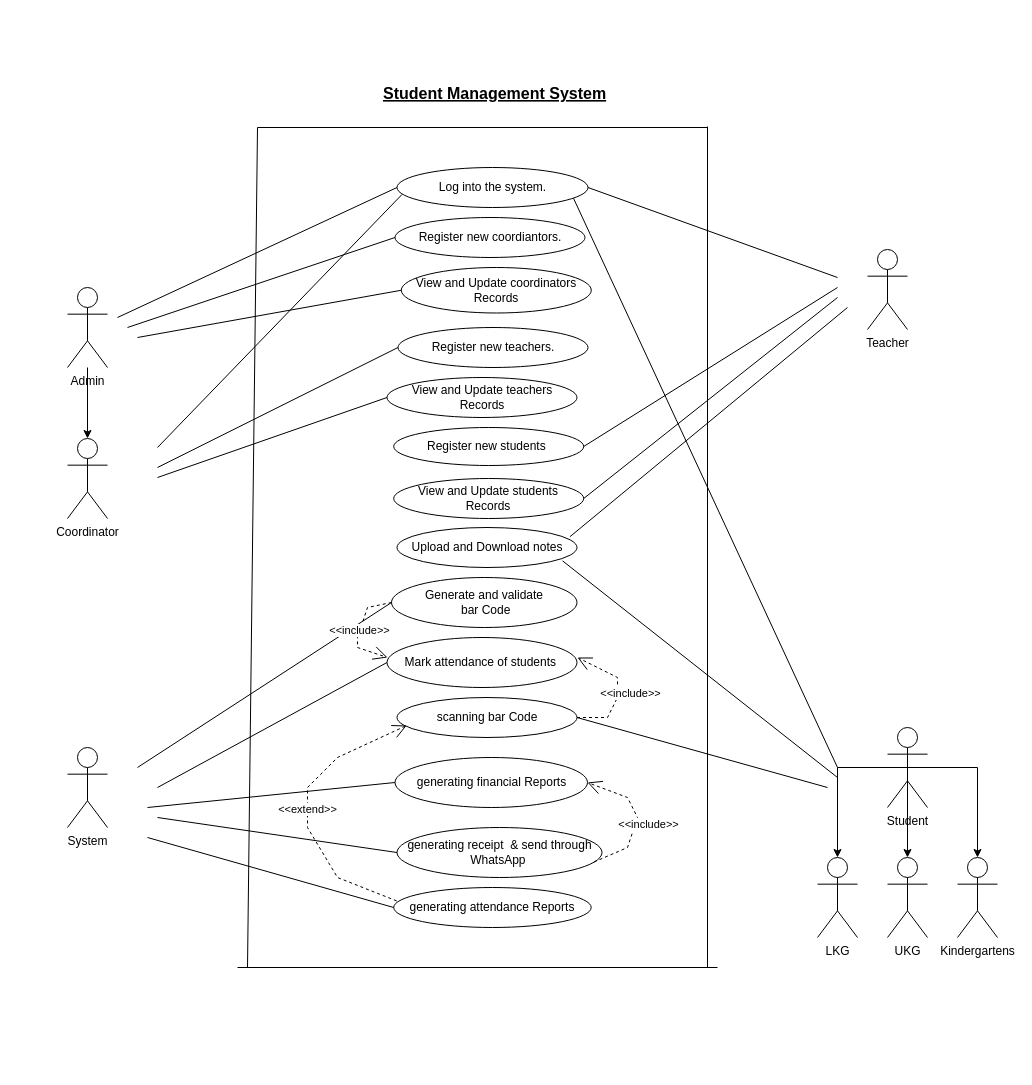
Before: UseCase.drawio in Dulara-Akalanka/Group-Software-Project, a draw.io diagram. Source tidied: cells renumbered, new cells numbered last; positions are measured from the earlier drawing's top-left corner, leaving out a move shared by most shapes. Both pictures are drawn from the tidied source at 100%, with x=0, y=0 at pixel (67, 77).
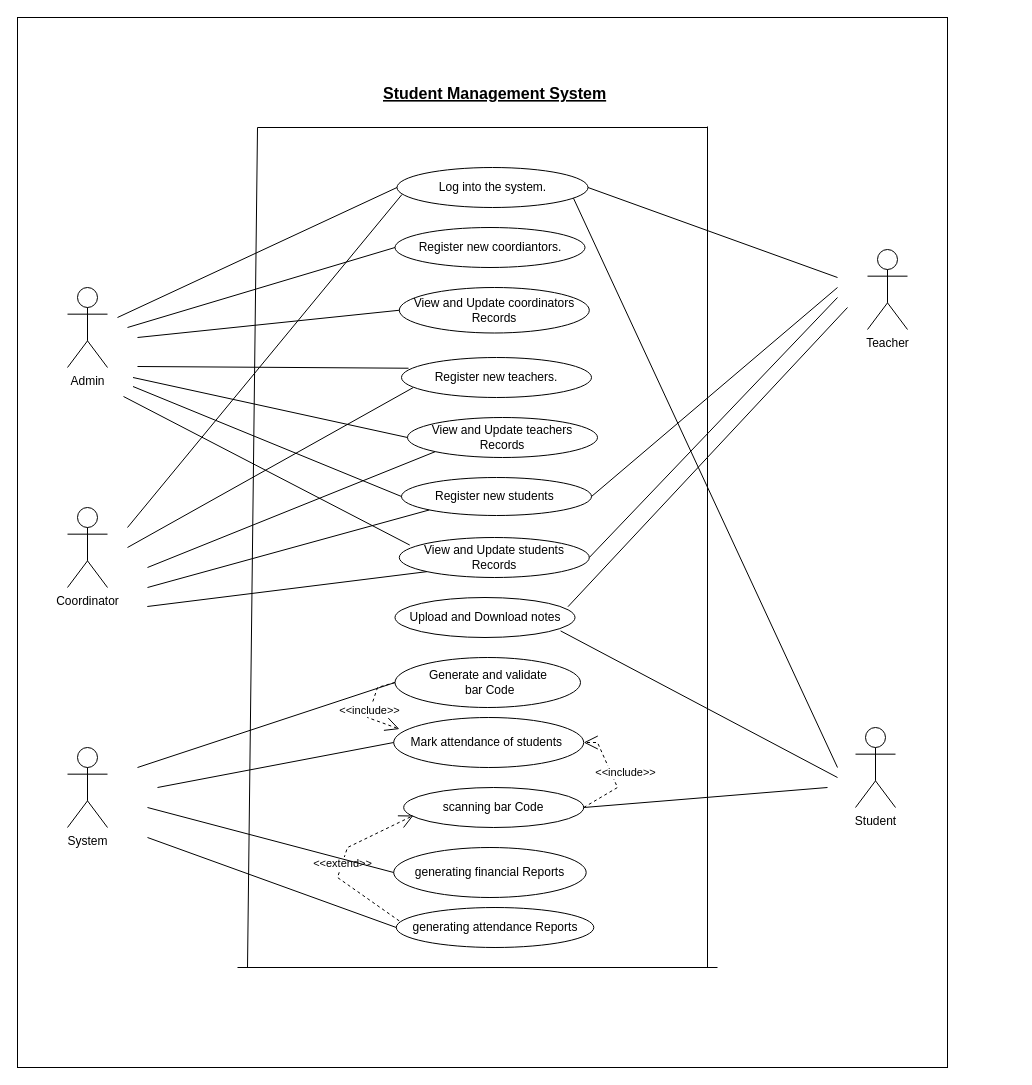
The same page after the edit.

Unchanged cells that the change refers to:
```xml
<mxCell id="14" value="Log into the system." style="ellipse;whiteSpace=wrap;html=1;" parent="1" vertex="1">
  <mxGeometry x="329.5" y="90" width="191" height="40" as="geometry" />
</mxCell>
<mxCell id="30" value="Admin" style="shape=umlActor;verticalLabelPosition=bottom;verticalAlign=top;html=1;" parent="1" vertex="1">
  <mxGeometry y="210" width="40" height="80" as="geometry" />
</mxCell>
```

What changed in the source:
```diff
@@
+    <mxCell id="55" style="rounded=0;whiteSpace=wrap;html=1;" parent="1" vertex="1">
+      <mxGeometry x="-50" y="-60" width="930" height="1050" as="geometry" />
+    </mxCell>
@@
     <mxCell id="3" value="scanning bar Code" style="ellipse;whiteSpace=wrap;html=1;" parent="1" vertex="1">
-      <mxGeometry x="329.5" y="620" width="180" height="40" as="geometry" />
+      <mxGeometry x="336.2" y="710" width="180" height="40" as="geometry" />
     </mxCell>
     <mxCell id="4" value="Generate and validate&lt;br&gt;&amp;nbsp;bar Code" style="ellipse;whiteSpace=wrap;html=1;" parent="1" vertex="1">
-      <mxGeometry x="324" y="500" width="185.5" height="50" as="geometry" />
+      <mxGeometry x="327.5" y="580" width="185.5" height="50" as="geometry" />
     </mxCell>
@@
-    <mxCell id="10" style="edgeStyle=orthogonalEdgeStyle;rounded=0;jettySize=auto;html=1;exitX=0.5;exitY=0.5;exitDx=0;exitDy=0;exitPerimeter=0;" parent="1" edge="1" source="13" target="50">
-      <mxGeometry relative="1" as="geometry">
-        <Array as="points">
-          <mxPoint x="910" y="690" />
-        </Array>
-      </mxGeometry>
-    </mxCell>
-    <mxCell id="11" style="edgeStyle=orthogonalEdgeStyle;rounded=0;jettySize=auto;html=1;exitX=0.5;exitY=0.5;exitDx=0;exitDy=0;exitPerimeter=0;" parent="1" edge="1" source="13" target="51">
-      <mxGeometry relative="1" as="geometry">
-        <Array as="points">
-          <mxPoint x="770" y="690" />
-        </Array>
-      </mxGeometry>
-    </mxCell>
-    <mxCell id="12" style="edgeStyle=orthogonalEdgeStyle;rounded=0;jettySize=auto;html=1;exitX=0.5;exitY=0.5;exitDx=0;exitDy=0;exitPerimeter=0;" parent="1" edge="1" source="13" target="52">
-      <mxGeometry relative="1" as="geometry" />
-    </mxCell>
     <mxCell id="13" value="Student" style="shape=umlActor;verticalLabelPosition=bottom;verticalAlign=top;html=1;" parent="1" vertex="1">
-      <mxGeometry x="820" y="650" width="40" height="80" as="geometry" />
+      <mxGeometry x="788" y="650" width="40" height="80" as="geometry" />
     </mxCell>
@@
     <mxCell id="15" value="Register new teachers." style="ellipse;whiteSpace=wrap;html=1;" parent="1" vertex="1">
-      <mxGeometry x="330.5" y="250" width="190" height="40" as="geometry" />
+      <mxGeometry x="334" y="280" width="190" height="40" as="geometry" />
     </mxCell>
     <mxCell id="16" value="Mark attendance of students&amp;nbsp;" style="ellipse;whiteSpace=wrap;html=1;" parent="1" vertex="1">
-      <mxGeometry x="319.5" y="560" width="190" height="50" as="geometry" />
+      <mxGeometry x="326.2" y="640" width="190" height="50" as="geometry" />
     </mxCell>
     <mxCell id="17" value="View and Update teachers Records" style="ellipse;whiteSpace=wrap;html=1;" parent="1" vertex="1">
-      <mxGeometry x="319.5" y="300" width="190" height="40" as="geometry" />
+      <mxGeometry x="340" y="340" width="190" height="40" as="geometry" />
     </mxCell>
@@
-    <mxCell id="19" style="endArrow=none;html=1;rounded=0;entryX=0;entryY=0.5;entryDx=0;entryDy=0;" parent="1" edge="1" target="15">
+    <mxCell id="19" style="endArrow=none;html=1;rounded=0;entryX=0.061;entryY=0.754;entryDx=0;entryDy=0;entryPerimeter=0;" parent="1" edge="1" target="15">
       <mxGeometry relative="1" as="geometry">
-        <mxPoint x="90" y="390" as="sourcePoint" />
+        <mxPoint x="60" y="470" as="sourcePoint" />
       </mxGeometry>
     </mxCell>
@@
-    <mxCell id="21" style="endArrow=none;html=1;rounded=0;entryX=0;entryY=0.5;entryDx=0;entryDy=0;" parent="1" edge="1" target="17">
-      <mxGeometry relative="1" as="geometry">
-        <mxPoint x="90" y="400" as="sourcePoint" />
-      </mxGeometry>
-    </mxCell>
     <mxCell id="22" value="Coordinator" style="shape=umlActor;verticalLabelPosition=bottom;verticalAlign=top;html=1;" parent="1" vertex="1">
-      <mxGeometry y="361" width="40" height="80" as="geometry" />
+      <mxGeometry y="430" width="40" height="80" as="geometry" />
     </mxCell>
-    <mxCell id="23" value="generating receipt&amp;nbsp; &amp;amp; send through WhatsApp&amp;nbsp;" style="ellipse;whiteSpace=wrap;html=1;" parent="1" vertex="1">
-      <mxGeometry x="329.5" y="750" width="205" height="50" as="geometry" />
-    </mxCell>
-    <mxCell id="24" style="endArrow=none;html=1;rounded=0;entryX=0;entryY=0.5;entryDx=0;entryDy=0;" parent="1" edge="1" target="23">
-      <mxGeometry relative="1" as="geometry">
-        <mxPoint x="90" y="740" as="sourcePoint" />
-      </mxGeometry>
-    </mxCell>
-    <mxCell id="25" value="&amp;lt;&amp;lt;include&amp;gt;&amp;gt;" style="endArrow=open;endSize=12;dashed=1;html=1;rounded=0;entryX=1;entryY=0.5;entryDx=0;entryDy=0;exitX=0.961;exitY=0.69;exitDx=0;exitDy=0;exitPerimeter=0;" parent="1" edge="1" source="23" target="40">
-      <mxGeometry x="-0.03" y="-13" relative="1" as="geometry">
-        <Array as="points">
-          <mxPoint x="560" y="770" />
-          <mxPoint x="570" y="740" />
-          <mxPoint x="560" y="720" />
-        </Array>
-      </mxGeometry>
-    </mxCell>
     <mxCell id="26" value="generating attendance Reports" style="ellipse;whiteSpace=wrap;html=1;" parent="1" vertex="1">
-      <mxGeometry x="326.2" y="810" width="197.5" height="40" as="geometry" />
+      <mxGeometry x="328.8" y="830" width="197.5" height="40" as="geometry" />
     </mxCell>
@@
     <mxCell id="28" value="&amp;lt;&amp;lt;extend&amp;gt;&amp;gt;" style="endArrow=open;endSize=12;dashed=1;html=1;rounded=0;exitX=0.015;exitY=0.335;exitDx=0;exitDy=0;exitPerimeter=0;entryX=0.054;entryY=0.7;entryDx=0;entryDy=0;entryPerimeter=0;" parent="1" edge="1" source="26" target="3">
       <mxGeometry relative="1" as="geometry">
         <Array as="points">
           <mxPoint x="270" y="800" />
-          <mxPoint x="240" y="750" />
-          <mxPoint x="240" y="710" />
-          <mxPoint x="270" y="680" />
+          <mxPoint x="280" y="770" />
         </Array>
       </mxGeometry>
     </mxCell>
-    <mxCell id="29" style="edgeStyle=orthogonalEdgeStyle;rounded=0;jettySize=auto;html=1;" parent="1" edge="1" source="30" target="22">
-      <mxGeometry relative="1" as="geometry" />
-    </mxCell>
@@
     <mxCell id="31" value="Register new coordiantors." style="ellipse;whiteSpace=wrap;html=1;" parent="1" vertex="1">
-      <mxGeometry x="327.5" y="140" width="190" height="40" as="geometry" />
+      <mxGeometry x="327.5" y="150" width="190" height="40" as="geometry" />
     </mxCell>
@@
     <mxCell id="33" value="View and Update coordinators Records" style="ellipse;whiteSpace=wrap;html=1;" parent="1" vertex="1">
-      <mxGeometry x="333.8" y="190" width="190" height="45.5" as="geometry" />
+      <mxGeometry x="331.8" y="210" width="190" height="45.5" as="geometry" />
     </mxCell>
@@
     <mxCell id="35" style="endArrow=none;html=1;rounded=0;entryX=0.026;entryY=0.675;entryDx=0;entryDy=0;entryPerimeter=0;" parent="1" edge="1" target="14">
       <mxGeometry relative="1" as="geometry">
-        <mxPoint x="90" y="370" as="sourcePoint" />
+        <mxPoint x="60" y="450" as="sourcePoint" />
       </mxGeometry>
     </mxCell>
@@
     <mxCell id="40" value="generating financial Reports" style="ellipse;whiteSpace=wrap;html=1;" parent="1" vertex="1">
-      <mxGeometry x="327.5" y="680" width="192.5" height="50" as="geometry" />
+      <mxGeometry x="326.2" y="770" width="192.5" height="50" as="geometry" />
     </mxCell>
@@
     <mxCell id="43" value="Upload and Download notes" style="ellipse;whiteSpace=wrap;html=1;" parent="1" vertex="1">
-      <mxGeometry x="329.5" y="450" width="180" height="40" as="geometry" />
+      <mxGeometry x="327.5" y="520" width="180" height="40" as="geometry" />
     </mxCell>
@@
     <mxCell id="46" value="Register new students&amp;nbsp;" style="ellipse;whiteSpace=wrap;html=1;" parent="1" vertex="1">
-      <mxGeometry x="326.2" y="350" width="190" height="38" as="geometry" />
+      <mxGeometry x="334" y="400" width="190" height="38" as="geometry" />
     </mxCell>
@@
     <mxCell id="48" value="View and Update students &lt;br&gt;Records" style="ellipse;whiteSpace=wrap;html=1;" parent="1" vertex="1">
-      <mxGeometry x="326.2" y="401" width="190" height="40" as="geometry" />
+      <mxGeometry x="331.8" y="460" width="190" height="40" as="geometry" />
     </mxCell>
@@
-    <mxCell id="50" value="Kindergartens" style="shape=umlActor;verticalLabelPosition=bottom;verticalAlign=top;html=1;" parent="1" vertex="1">
-      <mxGeometry x="890" y="780" width="40" height="80" as="geometry" />
-    </mxCell>
-    <mxCell id="51" value="LKG" style="shape=umlActor;verticalLabelPosition=bottom;verticalAlign=top;html=1;" parent="1" vertex="1">
-      <mxGeometry x="750" y="780" width="40" height="80" as="geometry" />
-    </mxCell>
-    <mxCell id="52" value="UKG" style="shape=umlActor;verticalLabelPosition=bottom;verticalAlign=top;html=1;" parent="1" vertex="1">
-      <mxGeometry x="820" y="780" width="40" height="80" as="geometry" />
-    </mxCell>
-    <mxCell id="53" value="&amp;lt;&amp;lt;include&amp;gt;&amp;gt;" style="endArrow=open;endSize=12;dashed=1;html=1;rounded=0;exitX=1;exitY=0.5;exitDx=0;exitDy=0;" parent="1" edge="1" source="3">
+    <mxCell id="53" value="&amp;lt;&amp;lt;include&amp;gt;&amp;gt;" style="endArrow=open;endSize=12;dashed=1;html=1;rounded=0;exitX=1;exitY=0.5;exitDx=0;exitDy=0;" parent="1" edge="1" source="3" target="16">
       <mxGeometry x="-0.03" y="-13" relative="1" as="geometry">
-        <mxPoint x="510" y="580" as="targetPoint" />
         <Array as="points">
-          <mxPoint x="540" y="640" />
-          <mxPoint x="550" y="620" />
-          <mxPoint x="550" y="600" />
+          <mxPoint x="550" y="710" />
+          <mxPoint x="530" y="665" />
         </Array>
       </mxGeometry>
     </mxCell>
-    <mxCell id="54" value="&amp;lt;&amp;lt;include&amp;gt;&amp;gt;" style="endArrow=open;endSize=12;dashed=1;html=1;rounded=0;exitX=0;exitY=0.5;exitDx=0;exitDy=0;" parent="1" edge="1" source="4">
+    <mxCell id="54" value="&amp;lt;&amp;lt;include&amp;gt;&amp;gt;" style="endArrow=open;endSize=12;dashed=1;html=1;rounded=0;exitX=0;exitY=0.5;exitDx=0;exitDy=0;entryX=0.03;entryY=0.231;entryDx=0;entryDy=0;entryPerimeter=0;" parent="1" edge="1" source="4" target="16">
       <mxGeometry relative="1" as="geometry">
-        <mxPoint x="320" y="580" as="targetPoint" />
         <Array as="points">
-          <mxPoint x="300" y="530" />
-          <mxPoint x="290" y="560" />
-          <mxPoint x="290" y="570" />
+          <mxPoint x="310" y="610" />
+          <mxPoint x="300" y="640" />
         </Array>
       </mxGeometry>
     </mxCell>
+    <mxCell id="56" style="endArrow=none;html=1;rounded=0;entryX=0;entryY=1;entryDx=0;entryDy=0;" parent="1" edge="1" target="17">
+      <mxGeometry relative="1" as="geometry">
+        <mxPoint x="80" y="490" as="sourcePoint" />
+      </mxGeometry>
+    </mxCell>
+    <mxCell id="57" style="endArrow=none;html=1;rounded=0;entryX=0;entryY=1;entryDx=0;entryDy=0;" parent="1" edge="1" target="46">
+      <mxGeometry relative="1" as="geometry">
+        <mxPoint x="80" y="510" as="sourcePoint" />
+      </mxGeometry>
+    </mxCell>
+    <mxCell id="58" style="endArrow=none;html=1;rounded=0;exitX=1;exitY=0.5;exitDx=0;exitDy=0;entryX=0.037;entryY=0.268;entryDx=0;entryDy=0;entryPerimeter=0;" parent="1" edge="1" target="15">
+      <mxGeometry relative="1" as="geometry">
+        <mxPoint x="70" y="289" as="sourcePoint" />
+      </mxGeometry>
+    </mxCell>
+    <mxCell id="59" style="endArrow=none;html=1;rounded=0;exitX=1;exitY=0.5;exitDx=0;exitDy=0;entryX=0;entryY=0.5;entryDx=0;entryDy=0;" parent="1" edge="1" target="46">
+      <mxGeometry relative="1" as="geometry">
+        <mxPoint x="65.5" y="309" as="sourcePoint" />
+      </mxGeometry>
+    </mxCell>
+    <mxCell id="60" style="endArrow=none;html=1;rounded=0;exitX=1;exitY=0.5;exitDx=0;exitDy=0;entryX=0;entryY=0.5;entryDx=0;entryDy=0;" parent="1" edge="1" target="17">
+      <mxGeometry relative="1" as="geometry">
+        <mxPoint x="65.5" y="300" as="sourcePoint" />
+      </mxGeometry>
+    </mxCell>
+    <mxCell id="61" style="endArrow=none;html=1;rounded=0;exitX=1;exitY=0.5;exitDx=0;exitDy=0;entryX=0.055;entryY=0.189;entryDx=0;entryDy=0;entryPerimeter=0;" parent="1" edge="1" target="48">
+      <mxGeometry relative="1" as="geometry">
+        <mxPoint x="56" y="319" as="sourcePoint" />
+      </mxGeometry>
+    </mxCell>
+    <mxCell id="62" style="endArrow=none;html=1;rounded=0;exitX=1;exitY=0.5;exitDx=0;exitDy=0;entryX=0;entryY=1;entryDx=0;entryDy=0;" parent="1" edge="1" target="48">
+      <mxGeometry relative="1" as="geometry">
+        <mxPoint x="79.8" y="529" as="sourcePoint" />
+      </mxGeometry>
+    </mxCell>
```
